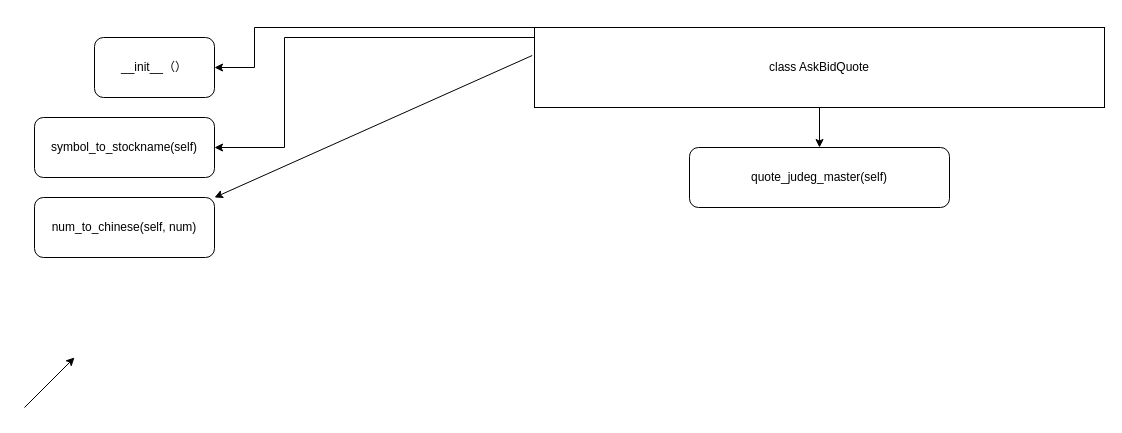
Earlier version of the draw.io diagram AskBidQuote.drawio (liangshanbovsluomio/Quote_Quant_Process_Control). Source tidied: cells renumbered, new cells numbered last; positions are measured from the earlier drawing's top-left corner, leaving out a move shared by most shapes. Both pictures are drawn from the tidied source at 100%, with x=0, y=0 at pixel (24, 27).
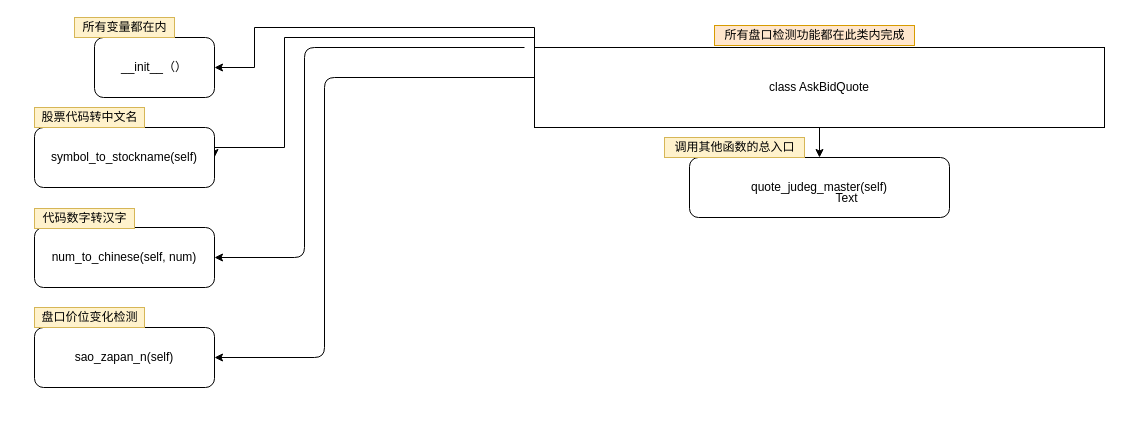
The same page after the edit.

Change to the diagram source:
```diff
@@
     <mxCell id="5" value="class AskBidQuote" style="rounded=0;whiteSpace=wrap;html=1;flipH=0;flipV=1;direction=west;" parent="1" vertex="1">
-      <mxGeometry x="510" width="570" height="80" as="geometry" />
+      <mxGeometry x="510" y="20" width="570" height="80" as="geometry" />
     </mxCell>
@@
     <mxCell id="7" value="symbol_to_stockname(self)" style="rounded=1;whiteSpace=wrap;html=1;" parent="1" vertex="1">
-      <mxGeometry x="10" y="90" width="180" height="60" as="geometry" />
+      <mxGeometry x="10" y="100" width="180" height="60" as="geometry" />
     </mxCell>
     <mxCell id="8" value="num_to_chinese(self, num)" style="rounded=1;whiteSpace=wrap;html=1;" parent="1" vertex="1">
-      <mxGeometry x="10" y="170" width="180" height="60" as="geometry" />
+      <mxGeometry x="10" y="200" width="180" height="60" as="geometry" />
     </mxCell>
     <mxCell id="9" value="quote_judeg_master(self)" style="rounded=1;whiteSpace=wrap;html=1;" parent="1" vertex="1">
-      <mxGeometry x="665" y="120" width="260" height="60" as="geometry" />
+      <mxGeometry x="665" y="130" width="260" height="60" as="geometry" />
     </mxCell>
-    <mxCell id="10" style="endArrow=classic;html=1;exitX=1.004;exitY=0.35;exitDx=0;exitDy=0;exitPerimeter=0;entryX=1;entryY=0;entryDx=0;entryDy=0;" parent="1" edge="1" source="5" target="8">
-      <mxGeometry relative="1" as="geometry" />
-    </mxCell>
-    <mxCell id="11" style="endArrow=classic;html=1;" parent="1" edge="1">
-      <mxGeometry relative="1" as="geometry">
-        <mxPoint y="380" as="sourcePoint" />
-        <mxPoint x="50" y="330" as="targetPoint" />
-      </mxGeometry>
-    </mxCell>
+    <mxCell id="12" value="sao_zapan_n(self)" style="rounded=1;whiteSpace=wrap;html=1;" parent="1" vertex="1">
+      <mxGeometry x="10" y="300" width="180" height="60" as="geometry" />
+    </mxCell>
+    <mxCell id="13" style="edgeStyle=elbowEdgeStyle;elbow=horizontal;endArrow=classic;html=1;entryX=1;entryY=0.5;entryDx=0;entryDy=0;" parent="1" edge="1" target="8">
+      <mxGeometry relative="1" as="geometry">
+        <mxPoint x="500" y="20" as="sourcePoint" />
+        <Array as="points">
+          <mxPoint x="280" y="170" />
+          <mxPoint x="280" y="179" />
+          <mxPoint x="280" y="100" />
+        </Array>
+      </mxGeometry>
+    </mxCell>
+    <mxCell id="14" style="edgeStyle=elbowEdgeStyle;elbow=horizontal;endArrow=classic;html=1;exitX=1;exitY=0.375;exitDx=0;exitDy=0;exitPerimeter=0;entryX=1;entryY=0.5;entryDx=0;entryDy=0;" parent="1" edge="1" source="5" target="12">
+      <mxGeometry relative="1" as="geometry">
+        <Array as="points">
+          <mxPoint x="300" y="160" />
+        </Array>
+      </mxGeometry>
+    </mxCell>
+    <mxCell id="15" value="Text" style="text;html=1;align=center;verticalAlign=middle;" parent="1" vertex="1">
+      <mxGeometry x="802" y="161" width="40" height="20" as="geometry" />
+    </mxCell>
+    <mxCell id="16" value="&lt;div&gt;所有盘口检测功能都在此类内完成&lt;/div&gt;" style="text;html=1;align=center;verticalAlign=middle;fillColor=#ffe6cc;strokeColor=#d79b00;" parent="1" vertex="1">
+      <mxGeometry x="690" y="-2" width="200" height="20" as="geometry" />
+    </mxCell>
+    <mxCell id="17" value="&lt;div&gt;调用其他函数的总入口&lt;/div&gt;" style="text;html=1;align=center;verticalAlign=middle;fillColor=#fff2cc;strokeColor=#d6b656;" parent="1" vertex="1">
+      <mxGeometry x="640" y="110" width="140" height="20" as="geometry" />
+    </mxCell>
+    <mxCell id="18" value="&lt;div&gt;所有变量都在内&lt;/div&gt;" style="text;html=1;align=center;verticalAlign=middle;fillColor=#fff2cc;strokeColor=#d6b656;" parent="1" vertex="1">
+      <mxGeometry x="50" y="-10" width="100" height="20" as="geometry" />
+    </mxCell>
+    <mxCell id="19" value="股票代码转中文名" style="text;html=1;align=center;verticalAlign=middle;fillColor=#fff2cc;strokeColor=#d6b656;" parent="1" vertex="1">
+      <mxGeometry x="10" y="80" width="110" height="20" as="geometry" />
+    </mxCell>
+    <mxCell id="20" value="&lt;div&gt;代码数字转汉字&lt;/div&gt;" style="text;html=1;align=center;verticalAlign=middle;fillColor=#fff2cc;strokeColor=#d6b656;" parent="1" vertex="1">
+      <mxGeometry x="10" y="181" width="100" height="20" as="geometry" />
+    </mxCell>
+    <mxCell id="21" value="盘口价位变化检测" style="text;html=1;align=center;verticalAlign=middle;fillColor=#fff2cc;strokeColor=#d6b656;" parent="1" vertex="1">
+      <mxGeometry x="10" y="280" width="110" height="20" as="geometry" />
+    </mxCell>
```
